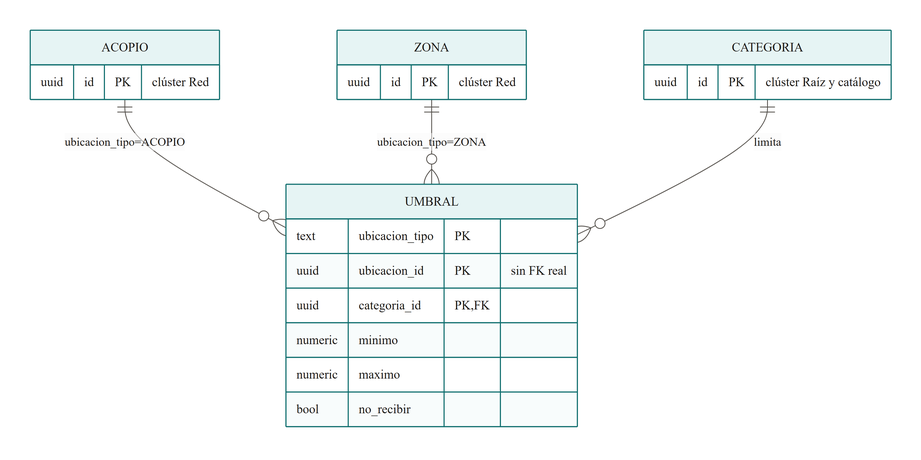
Proyecto-IngSoftware/acopio keeps this Mermaid diagram as docs/assets/diagramas/er-03b-existencias-el-nucleo.png. Above is the earlier version. Its source is kept beside it as docs/02-arquitectura/diagramas/mmd/er-03b-existencias-el-nucleo.mmd. Source of this version:
```mermaid
%%{init: {"theme":"base","themeVariables":{"fontFamily":"Inter, Segoe UI, Arial, sans-serif","fontSize":"15px","primaryColor":"#E6F4F4","primaryTextColor":"#1C1917","primaryBorderColor":"#0F6E6E","secondaryColor":"#C7E8E8","tertiaryColor":"#FAFAF9","lineColor":"#57534E","textColor":"#1C1917","mainBkg":"#E6F4F4","nodeBorder":"#0F6E6E","clusterBkg":"#F5F5F4","clusterBorder":"#A8A29E","edgeLabelBackground":"#FFFFFF","attributeBackgroundColorOdd":"#FFFFFF","attributeBackgroundColorEven":"#F5F5F4"},"er":{"useMaxWidth":false},"flowchart":{"useMaxWidth":false,"htmlLabels":true,"curve":"basis"}}}%%
erDiagram
    ACOPIO ||--o{ UMBRAL : "ubicacion_tipo=ACOPIO"
    ZONA   ||--o{ UMBRAL : "ubicacion_tipo=ZONA"
    CATEGORIA ||--o{ UMBRAL : limita

    ACOPIO {
        uuid id PK "clúster Red"
    }
    ZONA {
        uuid id PK "clúster Red"
    }
    CATEGORIA {
        uuid id PK "clúster Raíz y catálogo"
    }
    UMBRAL {
        text ubicacion_tipo PK
        uuid ubicacion_id PK "sin FK real"
        uuid categoria_id PK,FK
        numeric minimo
        numeric maximo
        bool no_recibir
    }
```
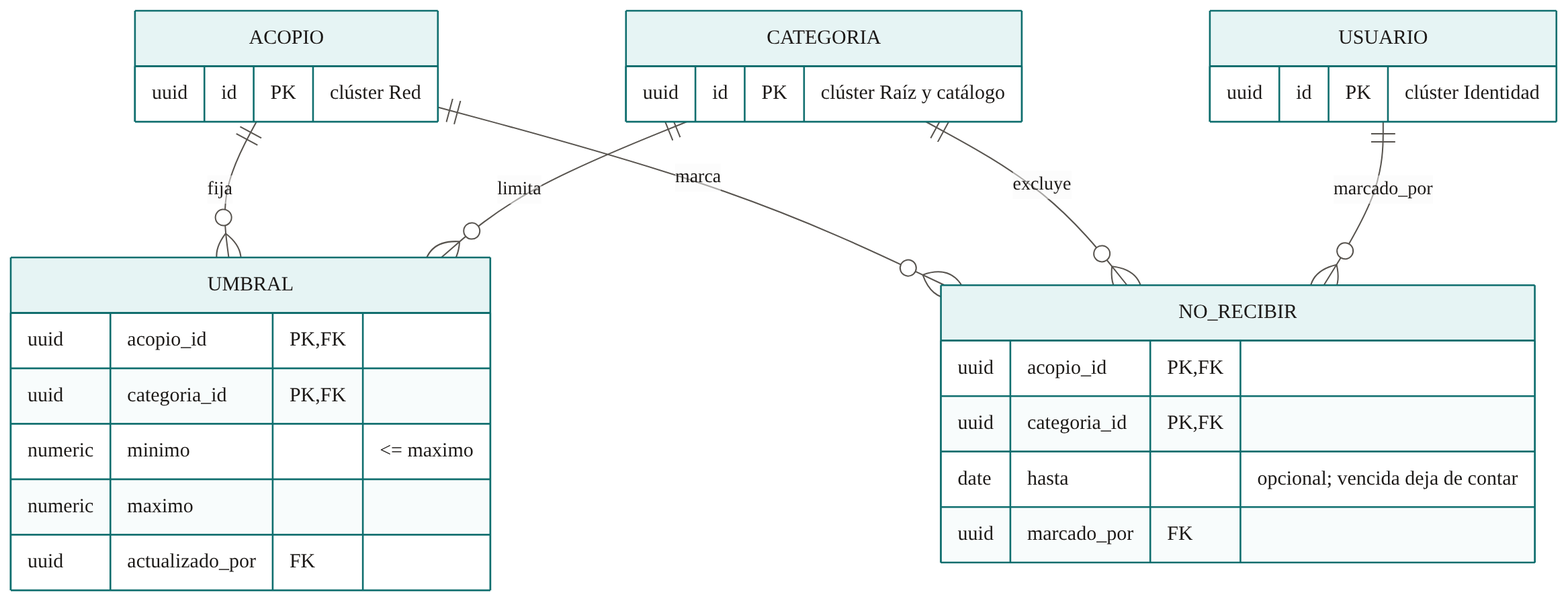
The same file after the commit.

The edit, as a diff of the source:
```diff
@@ -1,23 +1,30 @@
 %%{init: {"theme":"base","themeVariables":{"fontFamily":"Inter, Segoe UI, Arial, sans-serif","fontSize":"15px","primaryColor":"#E6F4F4","primaryTextColor":"#1C1917","primaryBorderColor":"#0F6E6E","secondaryColor":"#C7E8E8","tertiaryColor":"#FAFAF9","lineColor":"#57534E","textColor":"#1C1917","mainBkg":"#E6F4F4","nodeBorder":"#0F6E6E","clusterBkg":"#F5F5F4","clusterBorder":"#A8A29E","edgeLabelBackground":"#FFFFFF","attributeBackgroundColorOdd":"#FFFFFF","attributeBackgroundColorEven":"#F5F5F4"},"er":{"useMaxWidth":false},"flowchart":{"useMaxWidth":false,"htmlLabels":true,"curve":"basis"}}}%%
 erDiagram
-    ACOPIO ||--o{ UMBRAL : "ubicacion_tipo=ACOPIO"
-    ZONA   ||--o{ UMBRAL : "ubicacion_tipo=ZONA"
+    ACOPIO ||--o{ UMBRAL : fija
     CATEGORIA ||--o{ UMBRAL : limita
+    ACOPIO ||--o{ NO_RECIBIR : marca
+    CATEGORIA ||--o{ NO_RECIBIR : excluye
+    USUARIO ||--o{ NO_RECIBIR : "marcado_por"
 
     ACOPIO {
-        uuid id PK "clúster Red"
-    }
-    ZONA {
         uuid id PK "clúster Red"
     }
     CATEGORIA {
         uuid id PK "clúster Raíz y catálogo"
     }
+    USUARIO {
+        uuid id PK "clúster Identidad"
+    }
     UMBRAL {
-        text ubicacion_tipo PK
-        uuid ubicacion_id PK "sin FK real"
+        uuid acopio_id PK,FK
         uuid categoria_id PK,FK
-        numeric minimo
+        numeric minimo "<= maximo"
         numeric maximo
-        bool no_recibir
+        uuid actualizado_por FK
     }
+    NO_RECIBIR {
+        uuid acopio_id PK,FK
+        uuid categoria_id PK,FK
+        date hasta "opcional; vencida deja de contar"
+        uuid marcado_por FK
+    }
```
